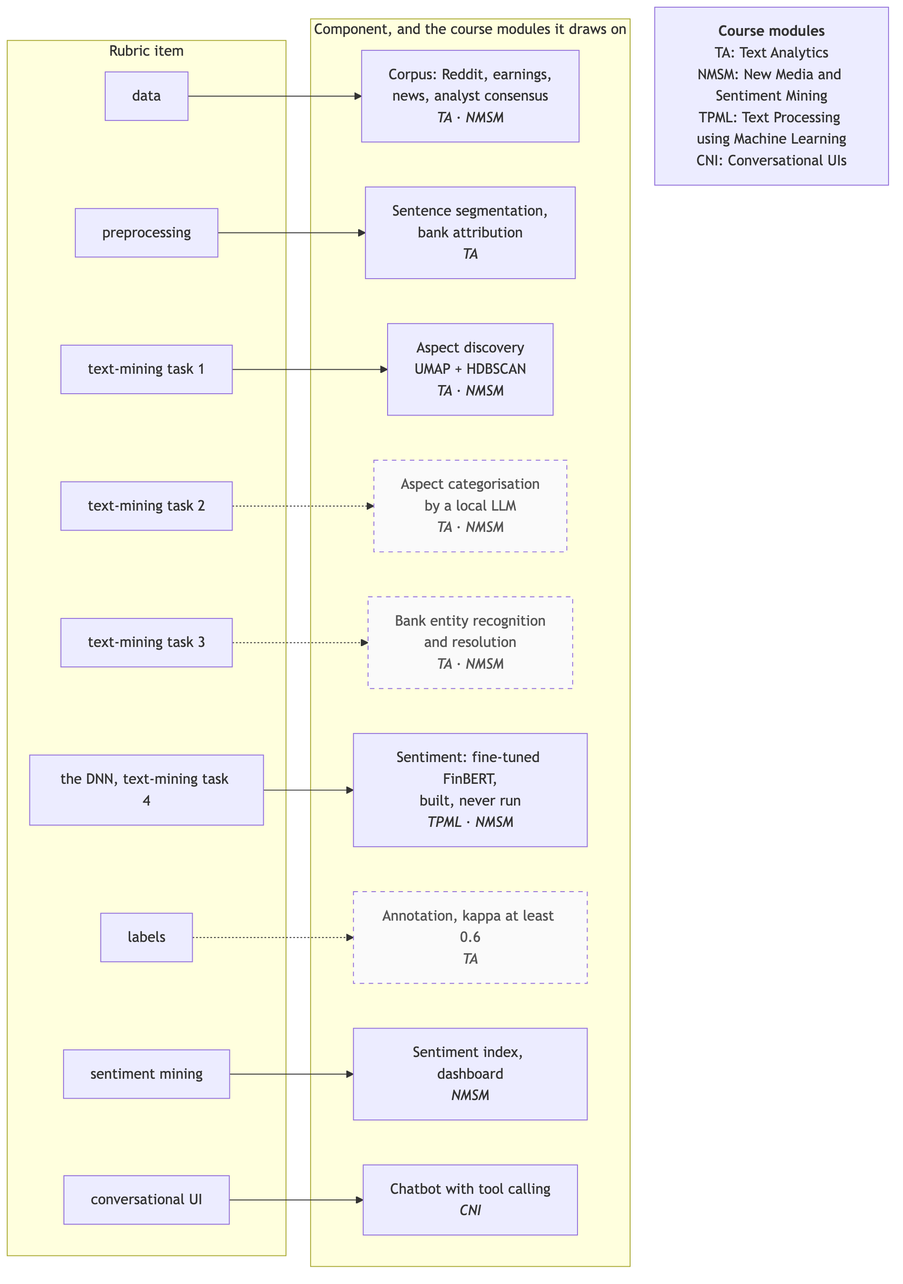
Before: docs/diagrams/img/17-rubric-map.png, a diagram exported from Mermaid (Gavingyh/plp-project). Its source is kept beside it as docs/diagrams/src/17-rubric-map.mmd. The source it was exported from:
```mermaid
flowchart LR
  accTitle: Rubric items, components and course modules
  accDescr: Nine rubric items each map to one component. Components draw on Text Analytics, New Media and Sentiment Mining, Text Processing using Machine Learning, and Conversational UIs. Bank entity recognition, LLM aspect categorisation and annotation are planned; the fine-tuned sentiment model is built but has never run.

  subgraph R["Rubric item"]
    r1["data"]
    r2["preprocessing"]
    r3["text-mining task 1"]
    r4["text-mining task 2"]
    r5["text-mining task 3"]
    r6["the DNN, text-mining task 4"]
    r7["labels"]
    r8["sentiment mining"]
    r9["conversational UI"]
  end

  subgraph C["Component, and the course modules it draws on"]
    c1["Corpus: Reddit, earnings,<br/>news, analyst consensus<br/><i>TA · NMSM</i>"]
    c2["Sentence segmentation,<br/>bank attribution<br/><i>TA</i>"]
    c3["Aspect discovery<br/>UMAP + HDBSCAN<br/><i>TA · NMSM</i>"]
    c4["Aspect categorisation<br/>by a local LLM<br/><i>TA · NMSM</i>"]
    c5["Bank entity recognition<br/>and resolution<br/><i>TA · NMSM</i>"]
    c6["Sentiment: fine-tuned FinBERT,<br/>built, never run<br/><i>TPML · NMSM</i>"]
    c7["Annotation, kappa at least 0.6<br/><i>TA</i>"]
    c8["Sentiment index, dashboard<br/><i>NMSM</i>"]
    c9["Chatbot with tool calling<br/><i>CNI</i>"]
  end

  key["<b>Course modules</b><br/>TA: Text Analytics<br/>NMSM: New Media and Sentiment Mining<br/>TPML: Text Processing using Machine Learning<br/>CNI: Conversational UIs"]

  r1 --> c1
  r2 --> c2
  r3 --> c3
  r4 -.-> c4
  r5 -.-> c5
  r6 --> c6
  r7 -.-> c7
  r8 --> c8
  r9 --> c9
  C ~~~ key

  classDef planned stroke-dasharray: 5 5,color:#555,fill:#fafafa;
  class c4,c5,c7 planned;
```
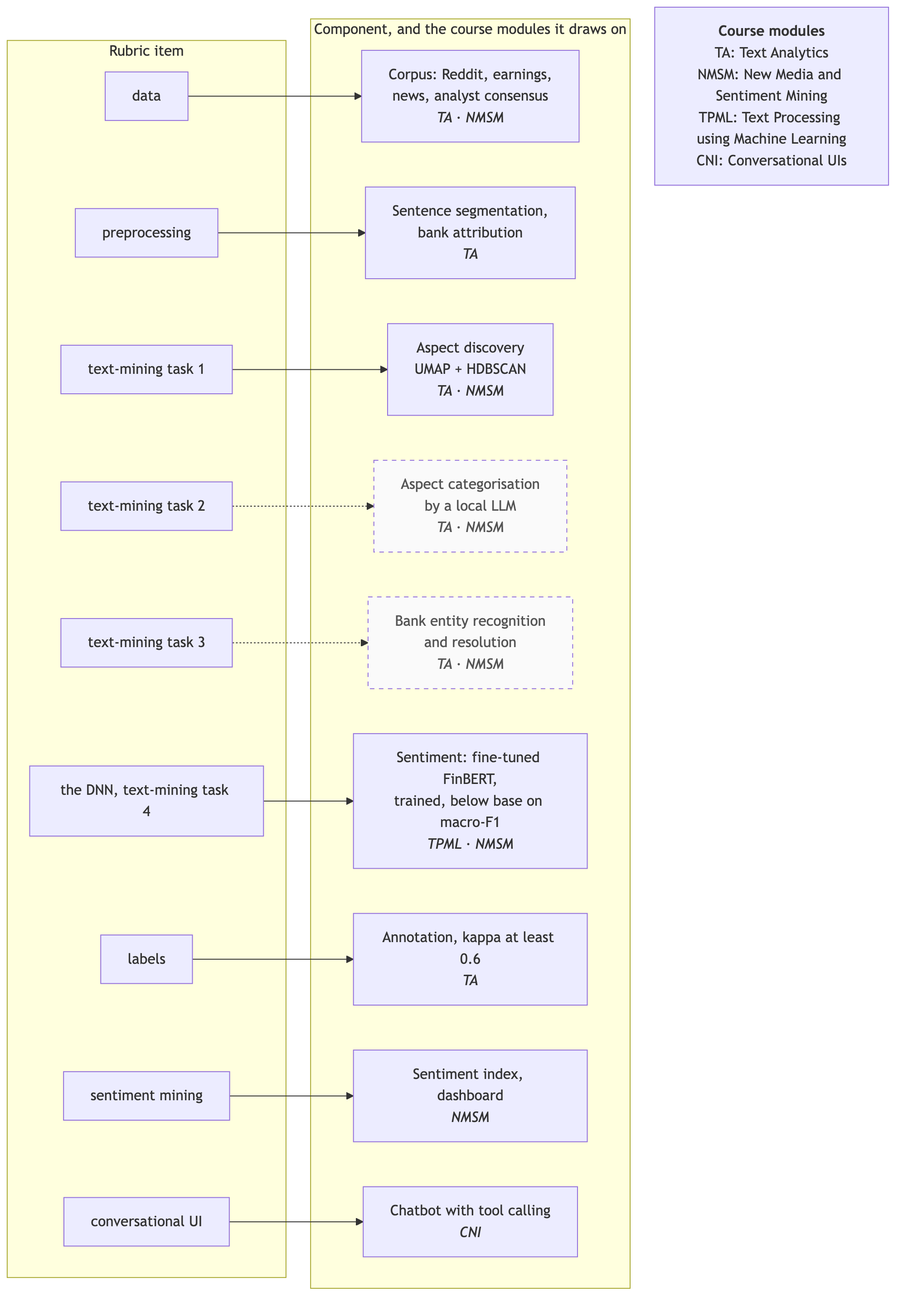
The same diagram one commit later.

Diff of the diagram source:
```diff
@@ -1,6 +1,6 @@
 flowchart LR
   accTitle: Rubric items, components and course modules
-  accDescr: Nine rubric items each map to one component. Components draw on Text Analytics, New Media and Sentiment Mining, Text Processing using Machine Learning, and Conversational UIs. Bank entity recognition, LLM aspect categorisation and annotation are planned; the fine-tuned sentiment model is built but has never run.
+  accDescr: Nine rubric items each map to one component. Components draw on Text Analytics, New Media and Sentiment Mining, Text Processing using Machine Learning, and Conversational UIs. Bank entity recognition and LLM aspect categorisation are planned; annotation is done and the fine-tuned sentiment model is trained.
 
   subgraph R["Rubric item"]
     r1["data"]
@@ -20,7 +20,7 @@
     c3["Aspect discovery<br/>UMAP + HDBSCAN<br/><i>TA · NMSM</i>"]
     c4["Aspect categorisation<br/>by a local LLM<br/><i>TA · NMSM</i>"]
     c5["Bank entity recognition<br/>and resolution<br/><i>TA · NMSM</i>"]
-    c6["Sentiment: fine-tuned FinBERT,<br/>built, never run<br/><i>TPML · NMSM</i>"]
+    c6["Sentiment: fine-tuned FinBERT,<br/>trained, below base on macro-F1<br/><i>TPML · NMSM</i>"]
     c7["Annotation, kappa at least 0.6<br/><i>TA</i>"]
     c8["Sentiment index, dashboard<br/><i>NMSM</i>"]
     c9["Chatbot with tool calling<br/><i>CNI</i>"]
@@ -34,10 +34,10 @@
   r4 -.-> c4
   r5 -.-> c5
   r6 --> c6
-  r7 -.-> c7
+  r7 --> c7
   r8 --> c8
   r9 --> c9
   C ~~~ key
 
   classDef planned stroke-dasharray: 5 5,color:#555,fill:#fafafa;
-  class c4,c5,c7 planned;
+  class c4,c5 planned;
```
